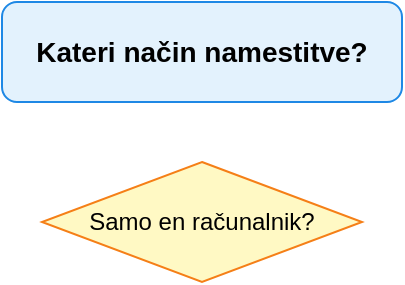
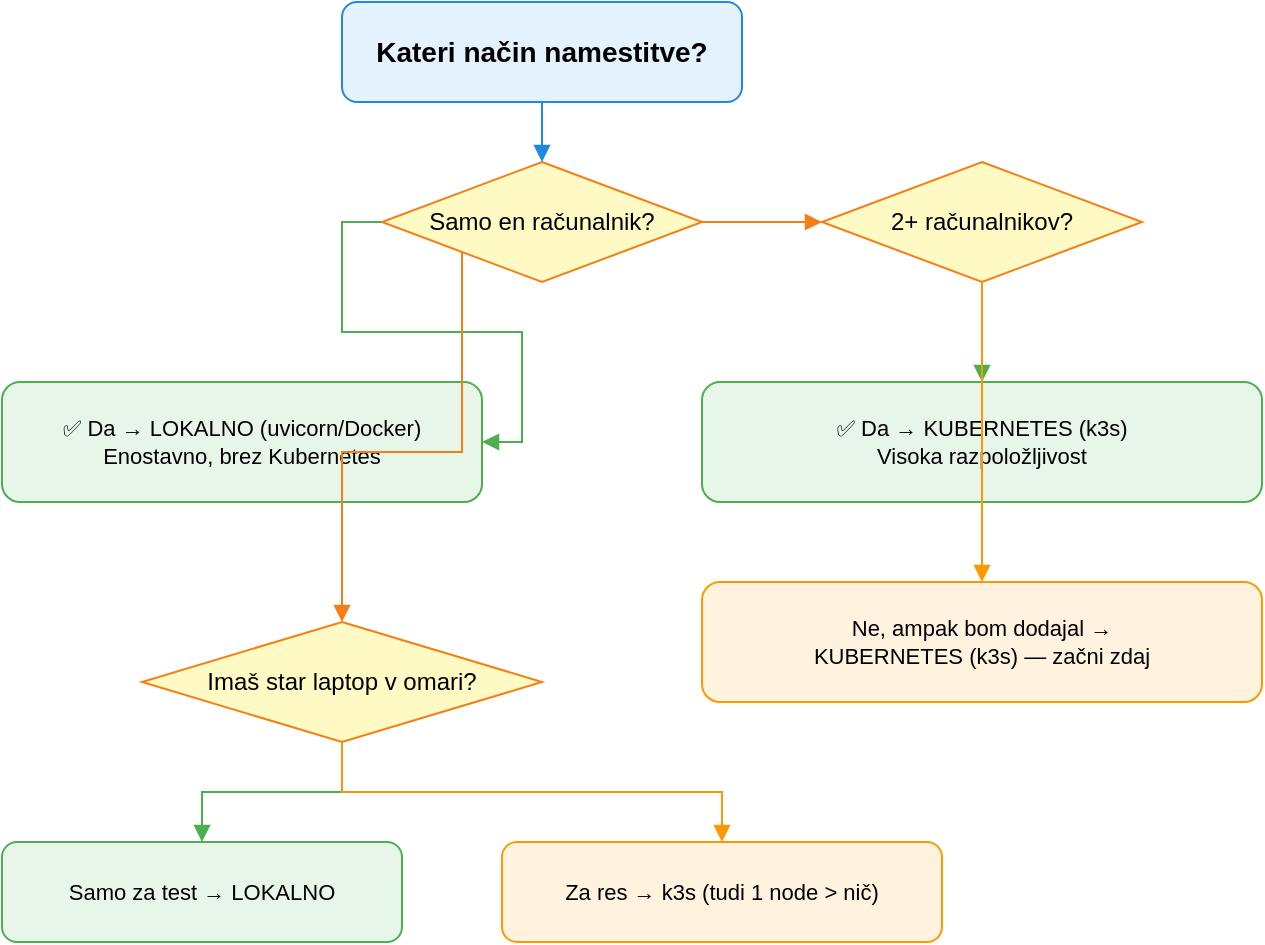
<?xml version="1.0" encoding="UTF-8"?>
<mxfile host="app.diagrams.net" agent="Hermes Agent" version="24.2.5">
  <diagram name="odlocitveni-vodic" id="diagram-odlocitveni-vodic.drawio">
    <mxGraphModel dx="1000" dy="600" grid="1" gridSize="10" guides="1" tooltips="1" connect="1" arrows="1" fold="1" page="1" pageScale="1" pageWidth="827" pageHeight="1169" math="0" shadow="0">
      <root>
        <mxCell id="0" />
        <mxCell id="1" parent="0" />
        <mxCell id="d7-1" value="Kateri način namestitve?" style="rounded=1;whiteSpace=wrap;html=1;fillColor=#E3F2FD;strokeColor=#1E88E5;fontSize=14;fontStyle=1;" vertex="1" parent="1">
          <mxGeometry x="200" y="10" width="200" height="50" as="geometry" />
        </mxCell>
        <mxCell id="d7-2" value="Samo en računalnik?" style="rhombus;whiteSpace=wrap;html=1;fillColor=#FFF9C4;strokeColor=#F57F17;fontSize=12;" vertex="1" parent="1">
          <mxGeometry x="220" y="90" width="160" height="60" as="geometry" />
        </mxCell>
-         <mxCell id="d7-3" value="✅ Da → LOKALNO (uvicorn/Docker)<br>Enostavno, brez Kubernetes" style="rounded=1;whiteSpace=wrap;html=1;fillColor=#E8F5E9;strokeColor=#4CAF50;fontSize=11;" vertex="1" parent="1">
+         <mxCell id="d7-3" value="✅ Da → LOKALNO (uvicorn/Docker)&#xa;Enostavno, brez Kubernetes" style="rounded=1;whiteSpace=wrap;html=1;fillColor=#E8F5E9;strokeColor=#4CAF50;fontSize=11;" vertex="1" parent="1">
          <mxGeometry x="30" y="200" width="240" height="60" as="geometry" />
        </mxCell>
        <mxCell id="d7-4" value="2+ računalnikov?" style="rhombus;whiteSpace=wrap;html=1;fillColor=#FFF9C4;strokeColor=#F57F17;fontSize=12;" vertex="1" parent="1">
          <mxGeometry x="440" y="90" width="160" height="60" as="geometry" />
        </mxCell>
-         <mxCell id="d7-5" value="✅ Da → KUBERNETES (k3s)<br>Visoka razpoložljivost" style="rounded=1;whiteSpace=wrap;html=1;fillColor=#E8F5E9;strokeColor=#4CAF50;fontSize=11;" vertex="1" parent="1">
+         <mxCell id="d7-5" value="✅ Da → KUBERNETES (k3s)&#xa;Visoka razpoložljivost" style="rounded=1;whiteSpace=wrap;html=1;fillColor=#E8F5E9;strokeColor=#4CAF50;fontSize=11;" vertex="1" parent="1">
          <mxGeometry x="380" y="200" width="280" height="60" as="geometry" />
        </mxCell>
-         <mxCell id="d7-6" value="Ne, ampak bom dodajal →<br>KUBERNETES (k3s) — začni zdaj" style="rounded=1;whiteSpace=wrap;html=1;fillColor=#FFF3E0;strokeColor=#FF9800;fontSize=11;" vertex="1" parent="1">
+         <mxCell id="d7-6" value="Ne, ampak bom dodajal →&#xa;KUBERNETES (k3s) — začni zdaj" style="rounded=1;whiteSpace=wrap;html=1;fillColor=#FFF3E0;strokeColor=#FF9800;fontSize=11;" vertex="1" parent="1">
          <mxGeometry x="380" y="300" width="280" height="60" as="geometry" />
        </mxCell>
        <mxCell id="d7-7" value="Imaš star laptop v omari?" style="rhombus;whiteSpace=wrap;html=1;fillColor=#FFF9C4;strokeColor=#F57F17;fontSize=12;" vertex="1" parent="1">
          <mxGeometry x="100" y="320" width="200" height="60" as="geometry" />
        </mxCell>
        <mxCell id="d7-8" value="Samo za test → LOKALNO" style="rounded=1;whiteSpace=wrap;html=1;fillColor=#E8F5E9;strokeColor=#4CAF50;fontSize=11;" vertex="1" parent="1">
          <mxGeometry x="30" y="430" width="200" height="50" as="geometry" />
        </mxCell>
        <mxCell id="d7-9" value="Za res → k3s (tudi 1 node > nič)" style="rounded=1;whiteSpace=wrap;html=1;fillColor=#FFF3E0;strokeColor=#FF9800;fontSize=11;" vertex="1" parent="1">
          <mxGeometry x="280" y="430" width="220" height="50" as="geometry" />
        </mxCell>
        <mxCell id="d7-e1" style="edgeStyle=orthogonalEdgeStyle;rounded=0;orthogonalLoop=1;jettySize=auto;html=1;endArrow=block;strokeColor=#1E88E5;" edge="1" parent="1" source="d7-1" target="d7-2">
          <mxGeometry relative="1" as="geometry" />
        </mxCell>
        <mxCell id="d7-e2" style="edgeStyle=orthogonalEdgeStyle;rounded=0;orthogonalLoop=1;jettySize=auto;html=1;endArrow=block;strokeColor=#4CAF50;exitX=0;exitY=0.5;entryX=1;entryY=0.5;" edge="1" parent="1" source="d7-2" target="d7-3">
          <mxGeometry relative="1" as="geometry" />
        </mxCell>
        <mxCell id="d7-e3" style="edgeStyle=orthogonalEdgeStyle;rounded=0;orthogonalLoop=1;jettySize=auto;html=1;endArrow=block;strokeColor=#F57F17;" edge="1" parent="1" source="d7-2" target="d7-4">
          <mxGeometry relative="1" as="geometry" />
        </mxCell>
        <mxCell id="d7-e4" style="edgeStyle=orthogonalEdgeStyle;rounded=0;orthogonalLoop=1;jettySize=auto;html=1;endArrow=block;strokeColor=#4CAF50;" edge="1" parent="1" source="d7-4" target="d7-5">
          <mxGeometry relative="1" as="geometry" />
        </mxCell>
        <mxCell id="d7-e5" style="edgeStyle=orthogonalEdgeStyle;rounded=0;orthogonalLoop=1;jettySize=auto;html=1;endArrow=block;strokeColor=#FF9800;" edge="1" parent="1" source="d7-4" target="d7-6">
          <mxGeometry relative="1" as="geometry" />
        </mxCell>
        <mxCell id="d7-e6" style="edgeStyle=orthogonalEdgeStyle;rounded=0;orthogonalLoop=1;jettySize=auto;html=1;endArrow=block;strokeColor=#F57F17;exitX=0;exitY=1;" edge="1" parent="1" source="d7-2" target="d7-7">
          <mxGeometry relative="1" as="geometry" />
        </mxCell>
        <mxCell id="d7-e7" style="edgeStyle=orthogonalEdgeStyle;rounded=0;orthogonalLoop=1;jettySize=auto;html=1;endArrow=block;strokeColor=#4CAF50;" edge="1" parent="1" source="d7-7" target="d7-8">
          <mxGeometry relative="1" as="geometry" />
        </mxCell>
        <mxCell id="d7-e8" style="edgeStyle=orthogonalEdgeStyle;rounded=0;orthogonalLoop=1;jettySize=auto;html=1;endArrow=block;strokeColor=#FF9800;" edge="1" parent="1" source="d7-7" target="d7-9">
          <mxGeometry relative="1" as="geometry" />
        </mxCell>
      </root>
    </mxGraphModel>
  </diagram>
</mxfile>